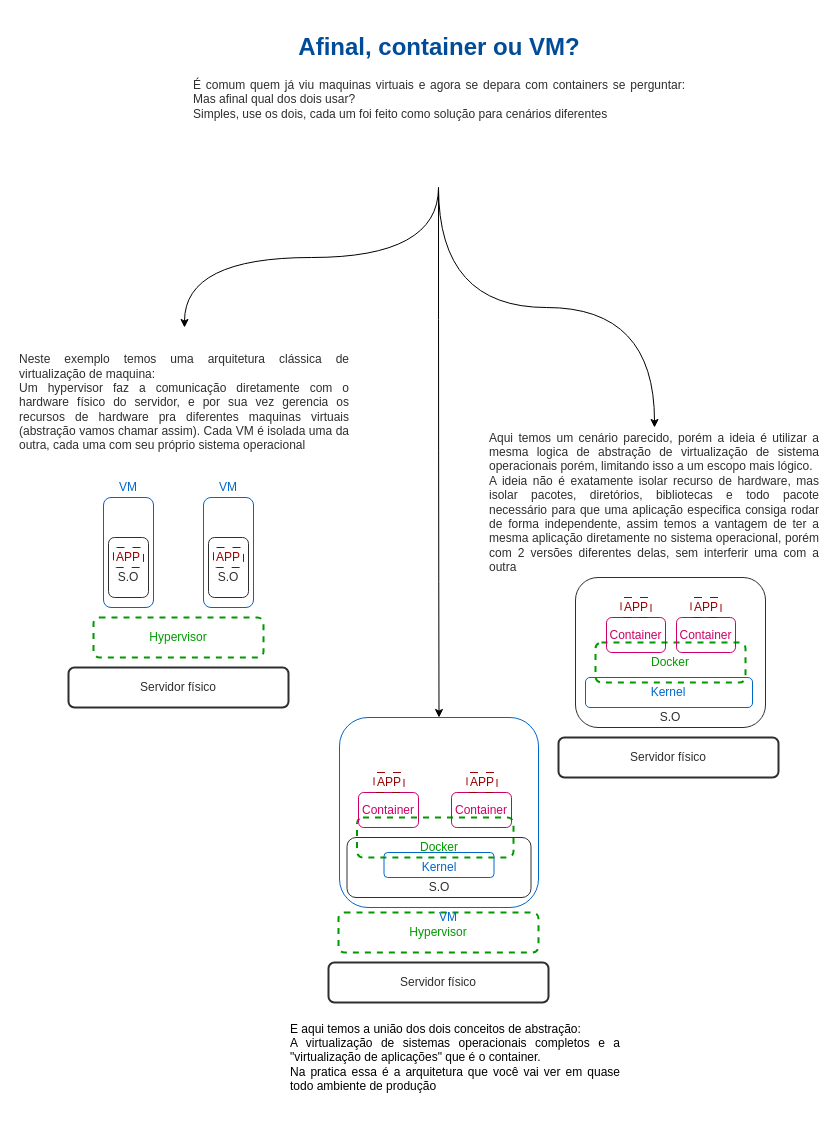
This is Docker-VM-ou-Container.drawio from KelitonVougan/diagrams, a draw.io file, before an edit. Source tidied: cells renumbered, new cells numbered last; positions are measured from the earlier drawing's top-left corner, leaving out a move shared by most shapes. Both pictures are drawn from the tidied source at 100%, with x=0, y=0 at pixel (18, 27).
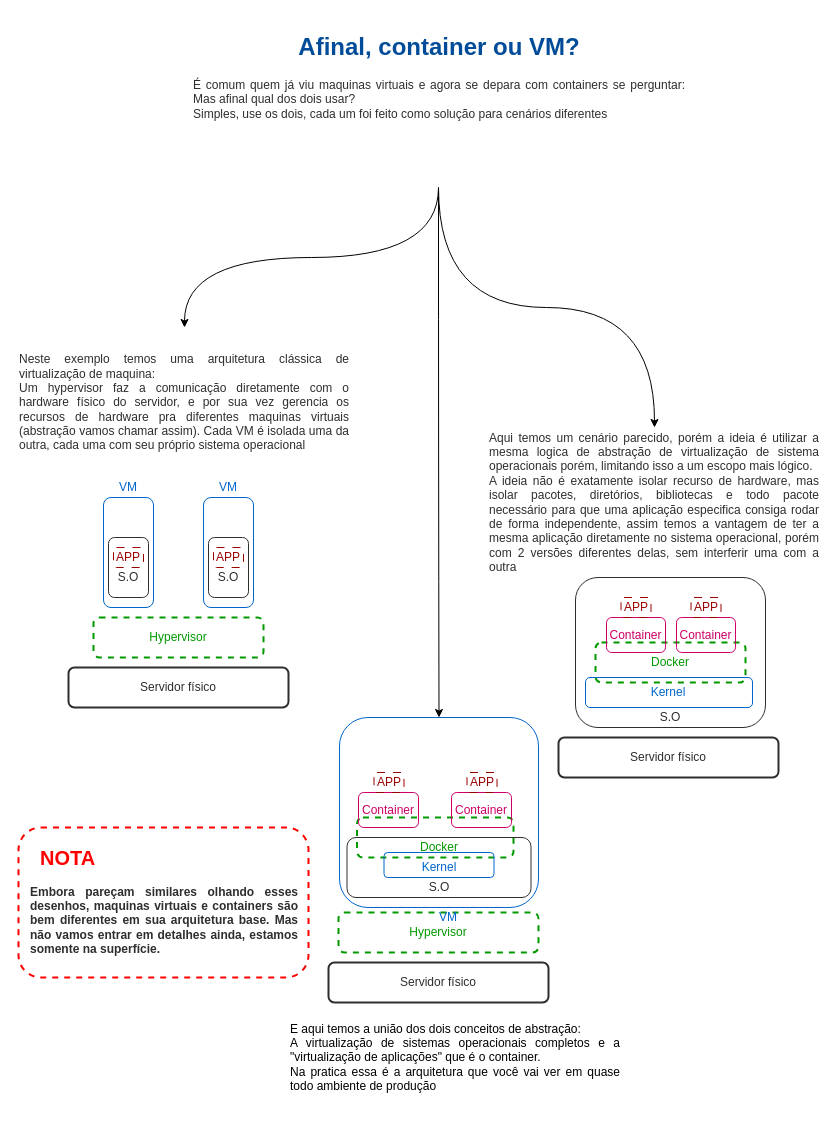
After the change.

What changed in the source:
```diff
@@
+    <mxCell id="54" value="&lt;font size=&quot;1&quot; color=&quot;#ff0000&quot;&gt;&lt;b style=&quot;font-size: 20px;&quot;&gt;NOTA&lt;/b&gt;&lt;/font&gt;" style="text;html=1;strokeColor=none;fillColor=none;align=left;verticalAlign=middle;whiteSpace=wrap;rounded=0;" parent="1" vertex="1">
+      <mxGeometry x="20" y="815" width="50" height="30" as="geometry" />
+    </mxCell>
+    <mxCell id="55" value="&lt;div align=&quot;justify&quot;&gt;&lt;font color=&quot;#2e2e2e&quot;&gt;&lt;b&gt;Embora pareçam similares olhando esses desenhos, maquinas virtuais e containers são bem diferentes em sua arquitetura base. Mas não vamos entrar em detalhes ainda, estamos somente na superfície.&lt;/b&gt;&lt;/font&gt;&lt;/div&gt;" style="text;html=1;strokeColor=none;fillColor=none;align=left;verticalAlign=middle;whiteSpace=wrap;rounded=1;dashed=1;strokeWidth=2;perimeterSpacing=0;" parent="1" vertex="1">
+      <mxGeometry x="10" y="845" width="270" height="95" as="geometry" />
+    </mxCell>
+    <mxCell id="56" style="rounded=1;whiteSpace=wrap;html=1;fillColor=none;strokeColor=#FF0000;strokeWidth=2;dashed=1;" parent="1" vertex="1">
+      <mxGeometry y="800" width="290" height="150" as="geometry" />
+    </mxCell>
```
